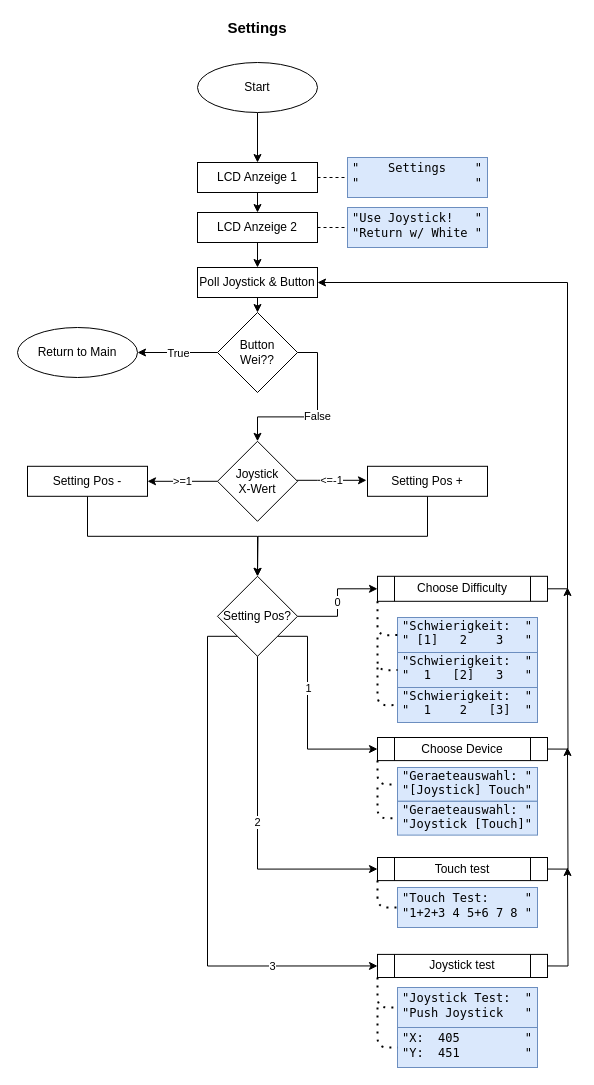
This is page "Settings" (2 of 3) of Untitled Diagram.drawio from Seafesko/Nucleo-Wecker, a draw.io file, before an edit. Source tidied: cells renumbered, new cells numbered last; positions are measured from the earlier drawing's top-left corner, leaving out a move shared by most shapes. Both pictures are drawn from the tidied source at 100%, with x=0, y=0 at pixel (17, 17).
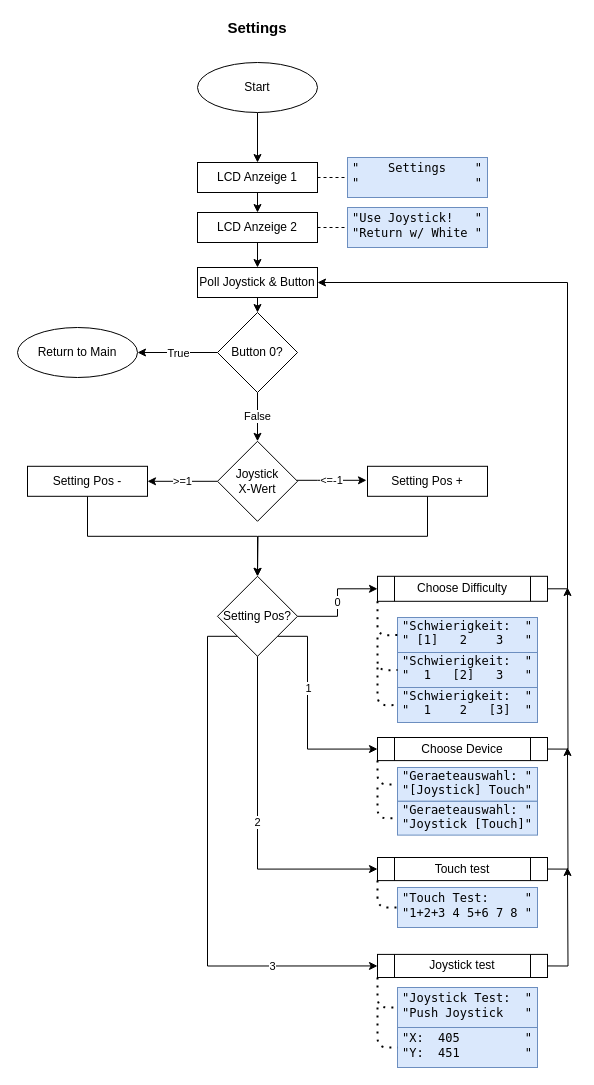
After the change.

Unchanged cells that the change refers to:
```xml
<mxCell id="7" value="&lt;div&gt;Joystick&lt;/div&gt;&lt;div&gt;X-Wert&lt;br&gt;&lt;/div&gt;" style="rhombus;whiteSpace=wrap;html=1;" parent="1" vertex="1">
  <mxGeometry x="200" y="423.8" width="80" height="80" as="geometry" />
</mxCell>
```

The edit, as a diff of the source:
```diff
@@
-    <mxCell id="45" value="False" style="edgeStyle=orthogonalEdgeStyle;rounded=0;jettySize=auto;html=1;exitX=1;exitY=0.5;exitDx=0;exitDy=0;entryX=0.5;entryY=0;entryDx=0;entryDy=0;" parent="1" edge="1" source="47" target="7">
+    <mxCell id="45" value="False" style="edgeStyle=orthogonalEdgeStyle;rounded=0;jettySize=auto;html=1;exitX=0.5;exitY=1;exitDx=0;exitDy=0;entryX=0.5;entryY=0;entryDx=0;entryDy=0;" parent="1" edge="1" source="47" target="7">
       <mxGeometry relative="1" as="geometry" />
     </mxCell>
@@
-    <mxCell id="47" value="&lt;div&gt;Button&lt;/div&gt;&lt;div&gt;Wei??&lt;br&gt;&lt;/div&gt;" style="rhombus;whiteSpace=wrap;html=1;" parent="1" vertex="1">
+    <mxCell id="47" value="&lt;div&gt;Button 0?&lt;br&gt;&lt;/div&gt;" style="rhombus;whiteSpace=wrap;html=1;" parent="1" vertex="1">
       <mxGeometry x="200" y="295" width="80" height="80" as="geometry" />
     </mxCell>
```
